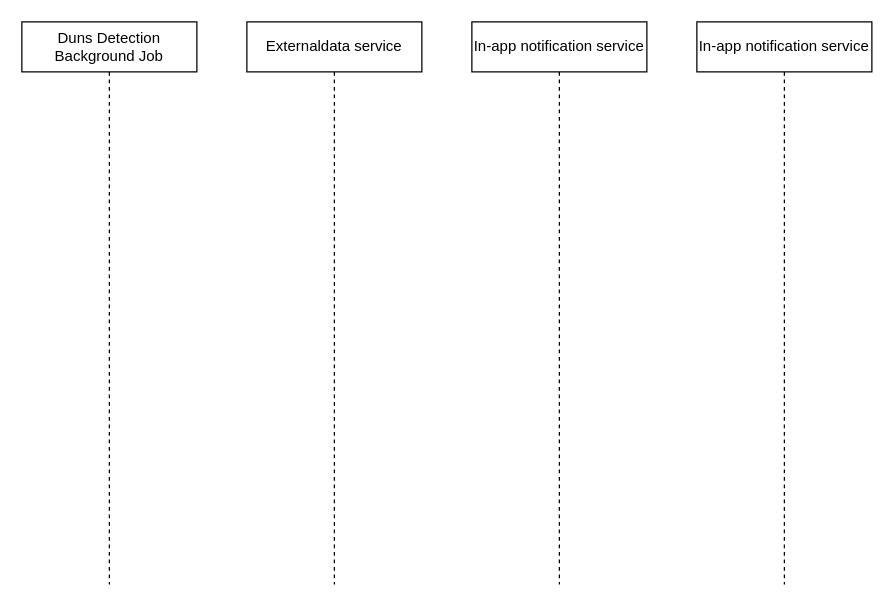
Earlier version of the draw.io diagram Untitled Diagram.drawio (huangshijie/Drawio). Source tidied: cells renumbered, new cells numbered last; positions are measured from the earlier drawing's top-left corner, leaving out a move shared by most shapes. Both pictures are drawn from the tidied source at 125%, with x=0, y=0 at pixel (21, 21).
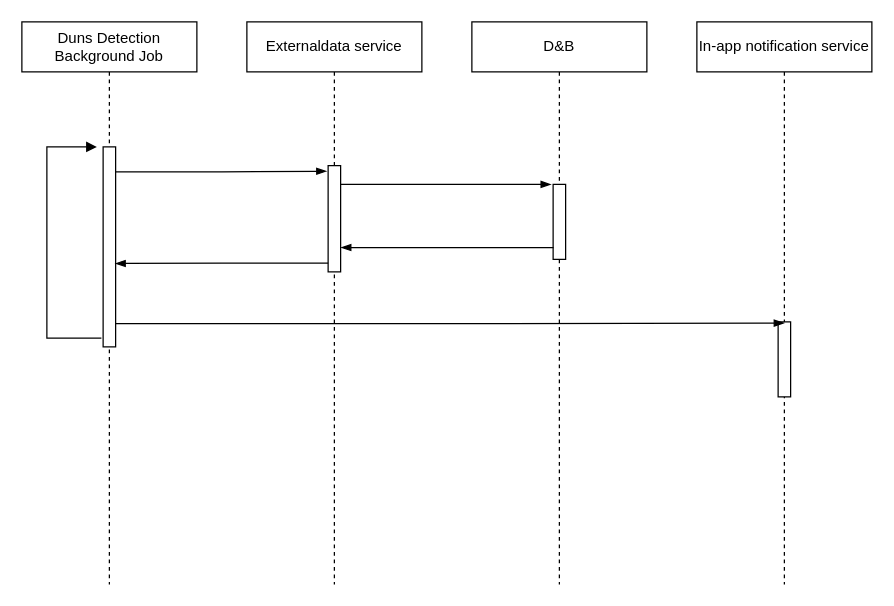
Above is the later version.

The edit, as a diff of the source:
```diff
@@
 <mxGraphModel>
   <root>
     <mxCell id="0" />
     <mxCell id="1" parent="0" />
     <mxCell id="2" value="Externaldata service" style="shape=umlLifeline;perimeter=lifelinePerimeter;whiteSpace=wrap;html=1;" parent="1" vertex="1">
       <mxGeometry x="180" width="140" height="450" as="geometry" />
     </mxCell>
+    <mxCell id="6" style="html=1;points=[];perimeter=orthogonalPerimeter;" parent="2" vertex="1">
+      <mxGeometry x="65" y="115" width="10" height="85" as="geometry" />
+    </mxCell>
+    <mxCell id="7" style="edgeStyle=elbowEdgeStyle;fontSize=12;html=1;endArrow=blockThin;endFill=1;rounded=0;entryX=-0.151;entryY=0;entryDx=0;entryDy=0;entryPerimeter=0;" parent="2" edge="1" target="11">
+      <mxGeometry relative="1" as="geometry">
+        <mxPoint x="75" y="130" as="sourcePoint" />
+      </mxGeometry>
+    </mxCell>
     <mxCell id="3" value="Duns Detection Background Job" style="shape=umlLifeline;perimeter=lifelinePerimeter;whiteSpace=wrap;html=1;" parent="1" vertex="1">
       <mxGeometry width="140" height="450" as="geometry" />
     </mxCell>
+    <mxCell id="8" style="html=1;points=[];perimeter=orthogonalPerimeter;" parent="3" vertex="1">
+      <mxGeometry x="65" y="100" width="10" height="160" as="geometry" />
+    </mxCell>
+    <mxCell id="9" style="edgeStyle=orthogonalEdgeStyle;html=1;align=left;spacingLeft=2;endArrow=block;rounded=0;exitX=-0.138;exitY=0.956;exitDx=0;exitDy=0;exitPerimeter=0;" parent="3" edge="1" source="8">
+      <mxGeometry relative="1" as="geometry">
+        <mxPoint x="60" y="100" as="targetPoint" />
+        <Array as="points">
+          <mxPoint x="20" y="253" />
+          <mxPoint x="20" y="100" />
+        </Array>
+      </mxGeometry>
+    </mxCell>
+    <mxCell id="10" style="edgeStyle=elbowEdgeStyle;fontSize=12;html=1;endArrow=blockThin;endFill=1;rounded=0;entryX=-0.1;entryY=0.053;entryDx=0;entryDy=0;entryPerimeter=0;" parent="3" edge="1" target="6">
+      <mxGeometry relative="1" as="geometry">
+        <mxPoint x="75" y="120" as="sourcePoint" />
+      </mxGeometry>
+    </mxCell>
-    <mxCell id="4" value="In-app notification service" style="shape=umlLifeline;perimeter=lifelinePerimeter;whiteSpace=wrap;html=1;" parent="1" vertex="1">
+    <mxCell id="4" value="D&amp;amp;B" style="shape=umlLifeline;perimeter=lifelinePerimeter;whiteSpace=wrap;html=1;" parent="1" vertex="1">
       <mxGeometry x="360" width="140" height="450" as="geometry" />
     </mxCell>
+    <mxCell id="11" style="html=1;points=[];perimeter=orthogonalPerimeter;" parent="4" vertex="1">
+      <mxGeometry x="65" y="130" width="10" height="60" as="geometry" />
+    </mxCell>
     <mxCell id="5" value="In-app notification service" style="shape=umlLifeline;perimeter=lifelinePerimeter;whiteSpace=wrap;html=1;" parent="1" vertex="1">
       <mxGeometry x="540" width="140" height="450" as="geometry" />
     </mxCell>
+    <mxCell id="12" style="html=1;perimeter=orthogonalPerimeter;" parent="5" vertex="1">
+      <mxGeometry x="65" y="240" width="10" height="60" as="geometry" />
+    </mxCell>
+    <mxCell id="13" style="edgeStyle=elbowEdgeStyle;fontSize=12;html=1;endArrow=blockThin;endFill=1;rounded=0;exitX=0.033;exitY=0.844;exitDx=0;exitDy=0;exitPerimeter=0;entryX=1.005;entryY=0.771;entryDx=0;entryDy=0;entryPerimeter=0;" parent="1" edge="1" source="11" target="6">
+      <mxGeometry relative="1" as="geometry" />
+    </mxCell>
+    <mxCell id="14" style="edgeStyle=elbowEdgeStyle;fontSize=12;html=1;endArrow=blockThin;endFill=1;rounded=0;exitX=0.005;exitY=0.917;exitDx=0;exitDy=0;exitPerimeter=0;entryX=0.957;entryY=0.583;entryDx=0;entryDy=0;entryPerimeter=0;" parent="1" edge="1" source="6" target="8">
+      <mxGeometry relative="1" as="geometry" />
+    </mxCell>
+    <mxCell id="15" style="edgeStyle=elbowEdgeStyle;fontSize=12;html=1;endArrow=blockThin;endFill=1;rounded=0;exitX=0.967;exitY=0.884;exitDx=0;exitDy=0;exitPerimeter=0;" parent="1" edge="1" source="8">
+      <mxGeometry relative="1" as="geometry">
+        <mxPoint x="610" y="241" as="targetPoint" />
+      </mxGeometry>
+    </mxCell>
   </root>
 </mxGraphModel>
```
